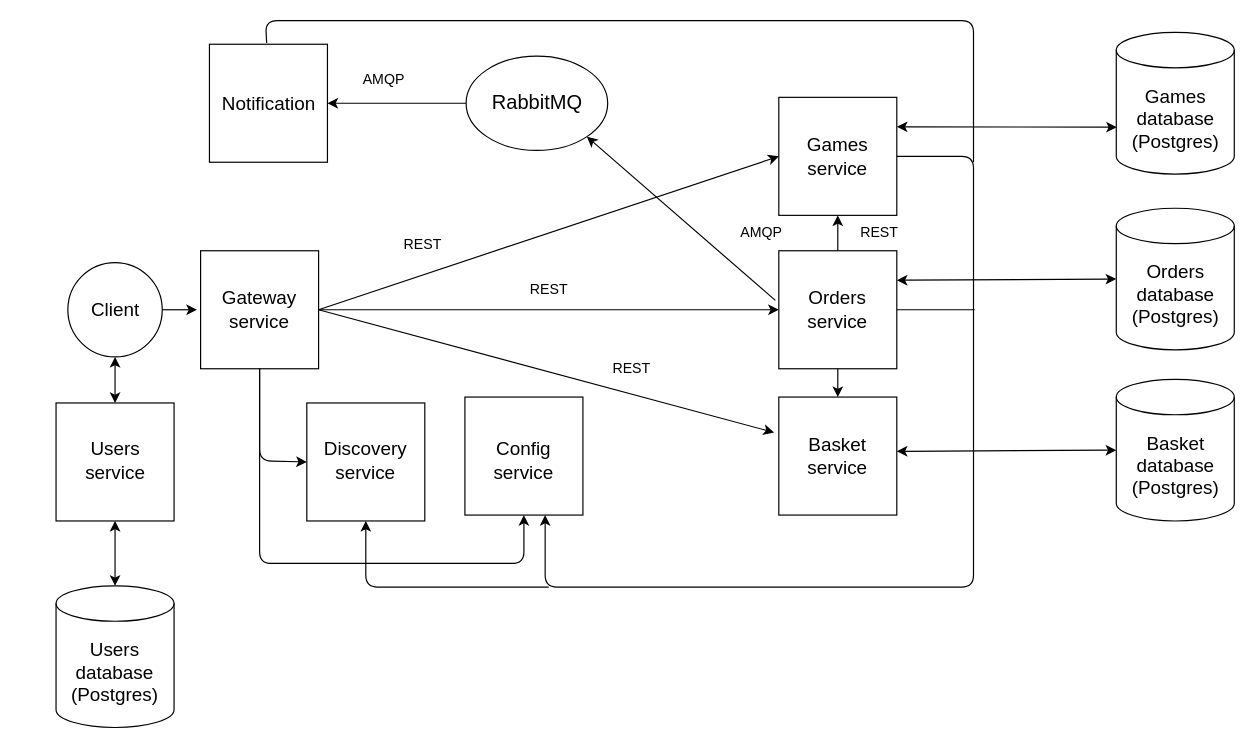
Before: documentation/Archinecture.drawio in Friendly-neighborhood-development/Fnd_games_store, a draw.io diagram. Source tidied: cells renumbered, new cells numbered last; positions are measured from the earlier drawing's top-left corner, leaving out a move shared by most shapes. Both pictures are drawn from the tidied source at 118%, with x=0, y=0 at pixel (55, 20).
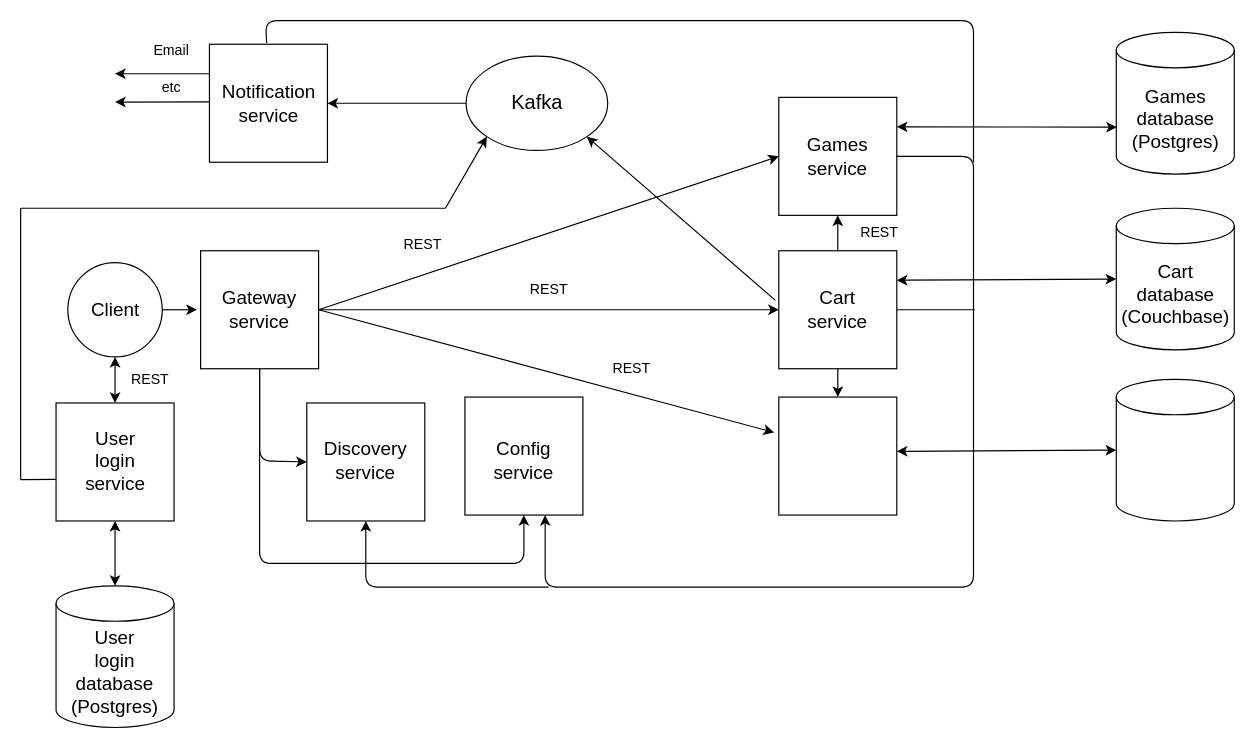
The same diagram, later.

Commit message (it also covers changes not shown here):
added uml for game entity in games-service, also refactored architecture schema

The change refers to these unchanged cells:
```xml
<mxCell id="37" style="whiteSpace=wrap;html=1;strokeWidth=1;" parent="1" vertex="1">
  <mxGeometry x="130" y="20" width="100" height="100" as="geometry" />
</mxCell>
<mxCell id="46" style="whiteSpace=wrap;html=1;strokeWidth=1;" parent="1" vertex="1">
  <mxGeometry y="324" width="100" height="100" as="geometry" />
</mxCell>
```

Diff of the diagram source:
```diff
@@
-    <mxCell id="7" value="&lt;div style=&quot;font-size: 16px;&quot;&gt;&lt;font style=&quot;font-size: 16px;&quot;&gt;Orders&lt;/font&gt;&lt;/div&gt;&lt;div style=&quot;font-size: 16px;&quot;&gt;&lt;font style=&quot;font-size: 16px;&quot;&gt;service&lt;br&gt;&lt;/font&gt;&lt;/div&gt;" style="text;html=1;align=center;verticalAlign=middle;whiteSpace=wrap;rounded=0;strokeWidth=1;" parent="1" vertex="1">
+    <mxCell id="7" value="&lt;div style=&quot;font-size: 16px;&quot;&gt;&lt;font style=&quot;font-size: 16px;&quot;&gt;Cart service&lt;br&gt;&lt;/font&gt;&lt;/div&gt;" style="text;html=1;align=center;verticalAlign=middle;whiteSpace=wrap;rounded=0;strokeWidth=1;" parent="1" vertex="1">
       <mxGeometry x="635" y="227.5" width="55" height="35" as="geometry" />
     </mxCell>
@@
-    <mxCell id="17" value="AMQP" style="text;html=1;align=center;verticalAlign=middle;whiteSpace=wrap;rounded=0;strokeWidth=1;" parent="1" vertex="1">
-      <mxGeometry x="577.5" y="170" width="40" height="20" as="geometry" />
-    </mxCell>
@@
-    <mxCell id="26" value="&lt;div style=&quot;font-size: 16px;&quot;&gt;&lt;font style=&quot;font-size: 16px;&quot;&gt;Orders database&lt;/font&gt;&lt;/div&gt;&lt;div style=&quot;font-size: 16px;&quot;&gt;&lt;font style=&quot;font-size: 16px;&quot;&gt;(Postgres)&lt;br&gt;&lt;/font&gt;&lt;/div&gt;" style="shape=cylinder3;whiteSpace=wrap;html=1;boundedLbl=1;backgroundOutline=1;size=15;strokeWidth=1;" parent="1" vertex="1">
+    <mxCell id="26" value="&lt;div style=&quot;font-size: 16px;&quot;&gt;&lt;font style=&quot;font-size: 16px;&quot;&gt;Cart database&lt;/font&gt;&lt;/div&gt;&lt;div style=&quot;font-size: 16px;&quot;&gt;&lt;font style=&quot;font-size: 16px;&quot;&gt;(Couchbase)&lt;br&gt;&lt;/font&gt;&lt;/div&gt;" style="shape=cylinder3;whiteSpace=wrap;html=1;boundedLbl=1;backgroundOutline=1;size=15;strokeWidth=1;" parent="1" vertex="1">
       <mxGeometry x="898.5" y="159" width="100" height="120" as="geometry" />
     </mxCell>
@@
-    <mxCell id="35" value="&lt;div style=&quot;font-size: 16px;&quot;&gt;&lt;font style=&quot;font-size: 16px;&quot;&gt;Basket&lt;/font&gt;&lt;/div&gt;&lt;div style=&quot;font-size: 16px;&quot;&gt;&lt;font style=&quot;font-size: 16px;&quot;&gt;service&lt;br&gt;&lt;/font&gt;&lt;/div&gt;" style="text;html=1;align=center;verticalAlign=middle;whiteSpace=wrap;rounded=0;strokeWidth=1;" parent="1" vertex="1">
-      <mxGeometry x="635" y="351.5" width="55" height="35" as="geometry" />
-    </mxCell>
@@
-    <mxCell id="38" value="&lt;font style=&quot;font-size: 16px;&quot;&gt;Notification&lt;/font&gt;" style="text;html=1;align=center;verticalAlign=middle;whiteSpace=wrap;rounded=0;strokeWidth=1;" parent="1" vertex="1">
+    <mxCell id="38" value="&lt;div&gt;&lt;font style=&quot;font-size: 16px;&quot;&gt;Notification&lt;/font&gt;&lt;/div&gt;&lt;div&gt;&lt;font style=&quot;font-size: 16px;&quot;&gt;service&lt;br&gt;&lt;/font&gt;&lt;/div&gt;" style="text;html=1;align=center;verticalAlign=middle;whiteSpace=wrap;rounded=0;strokeWidth=1;" parent="1" vertex="1">
       <mxGeometry x="152.5" y="52.5" width="55" height="35" as="geometry" />
     </mxCell>
-    <mxCell id="39" value="&lt;font style=&quot;font-size: 17px&quot;&gt;RabbitMQ&lt;/font&gt;" style="ellipse;whiteSpace=wrap;html=1;strokeWidth=1;" parent="1" vertex="1">
+    <mxCell id="39" value="&lt;font style=&quot;font-size: 17px&quot;&gt;Kafka&lt;/font&gt;" style="ellipse;whiteSpace=wrap;html=1;strokeWidth=1;" parent="1" vertex="1">
       <mxGeometry x="347.5" y="30" width="120" height="80" as="geometry" />
     </mxCell>
@@
-    <mxCell id="41" value="AMQP" style="text;html=1;align=center;verticalAlign=middle;whiteSpace=wrap;rounded=0;strokeWidth=1;" parent="1" vertex="1">
-      <mxGeometry x="257.5" y="40" width="40" height="20" as="geometry" />
-    </mxCell>
-    <mxCell id="42" value="&lt;div style=&quot;font-size: 16px;&quot;&gt;&lt;font style=&quot;font-size: 16px;&quot;&gt;Basket database&lt;/font&gt;&lt;/div&gt;&lt;div style=&quot;font-size: 16px;&quot;&gt;&lt;font style=&quot;font-size: 16px;&quot;&gt;(Postgres)&lt;br&gt;&lt;/font&gt;&lt;/div&gt;" style="shape=cylinder3;whiteSpace=wrap;html=1;boundedLbl=1;backgroundOutline=1;size=15;strokeWidth=1;" parent="1" vertex="1">
+    <mxCell id="42" style="shape=cylinder3;whiteSpace=wrap;html=1;boundedLbl=1;backgroundOutline=1;size=15;strokeWidth=1;" parent="1" vertex="1">
       <mxGeometry x="898.5" y="304" width="100" height="120" as="geometry" />
     </mxCell>
@@
-    <mxCell id="47" value="&lt;div style=&quot;font-size: 16px;&quot;&gt;&lt;font style=&quot;font-size: 16px;&quot;&gt;Users &lt;br&gt;&lt;/font&gt;&lt;/div&gt;&lt;div style=&quot;font-size: 16px;&quot;&gt;&lt;font style=&quot;font-size: 16px;&quot;&gt;database&lt;/font&gt;&lt;/div&gt;&lt;div style=&quot;font-size: 16px;&quot;&gt;&lt;font style=&quot;font-size: 16px;&quot;&gt;(Postgres)&lt;br&gt;&lt;/font&gt;&lt;/div&gt;" style="shape=cylinder3;whiteSpace=wrap;html=1;boundedLbl=1;backgroundOutline=1;size=15;strokeWidth=1;" parent="1" vertex="1">
+    <mxCell id="47" value="&lt;div style=&quot;font-size: 16px;&quot;&gt;&lt;font style=&quot;font-size: 16px;&quot;&gt;User&lt;/font&gt;&lt;/div&gt;&lt;div style=&quot;font-size: 16px;&quot;&gt;&lt;font style=&quot;font-size: 16px;&quot;&gt;login &lt;br&gt;&lt;/font&gt;&lt;/div&gt;&lt;div style=&quot;font-size: 16px;&quot;&gt;&lt;font style=&quot;font-size: 16px;&quot;&gt;database&lt;/font&gt;&lt;/div&gt;&lt;div style=&quot;font-size: 16px;&quot;&gt;&lt;font style=&quot;font-size: 16px;&quot;&gt;(Postgres)&lt;br&gt;&lt;/font&gt;&lt;/div&gt;" style="shape=cylinder3;whiteSpace=wrap;html=1;boundedLbl=1;backgroundOutline=1;size=15;strokeWidth=1;" parent="1" vertex="1">
       <mxGeometry y="479" width="100" height="120" as="geometry" />
     </mxCell>
@@
-    <mxCell id="50" value="&lt;div&gt;&lt;font style=&quot;font-size: 16px;&quot;&gt;Users&lt;/font&gt;&lt;/div&gt;&lt;div&gt;&lt;font style=&quot;font-size: 16px;&quot;&gt;service&lt;br&gt;&lt;/font&gt;&lt;/div&gt;" style="text;html=1;align=center;verticalAlign=middle;whiteSpace=wrap;rounded=0;strokeWidth=1;fontSize=16;" parent="1" vertex="1">
+    <mxCell id="50" value="&lt;div&gt;&lt;font style=&quot;font-size: 16px;&quot;&gt;User&lt;/font&gt;&lt;/div&gt;&lt;div&gt;&lt;font style=&quot;font-size: 16px;&quot;&gt;login&lt;br&gt;&lt;/font&gt;&lt;/div&gt;&lt;div&gt;&lt;font style=&quot;font-size: 16px;&quot;&gt;service&lt;br&gt;&lt;/font&gt;&lt;/div&gt;" style="text;html=1;align=center;verticalAlign=middle;whiteSpace=wrap;rounded=0;strokeWidth=1;fontSize=16;" parent="1" vertex="1">
       <mxGeometry x="22.5" y="355" width="55" height="35" as="geometry" />
     </mxCell>
@@
+    <mxCell id="52" value="REST" style="text;html=1;align=center;verticalAlign=middle;whiteSpace=wrap;rounded=0;strokeWidth=1;" parent="1" vertex="1">
+      <mxGeometry x="60" y="294" width="40" height="20" as="geometry" />
+    </mxCell>
+    <mxCell id="53" style="endArrow=classic;html=1;rounded=0;entryX=0;entryY=1;entryDx=0;entryDy=0;" parent="1" edge="1" target="39">
+      <mxGeometry relative="1" as="geometry">
+        <mxPoint x="330" y="159" as="sourcePoint" />
+      </mxGeometry>
+    </mxCell>
+    <mxCell id="54" style="endArrow=none;html=1;rounded=0;" parent="1" edge="1">
+      <mxGeometry relative="1" as="geometry">
+        <mxPoint x="-30" y="159" as="sourcePoint" />
+        <mxPoint x="330" y="159" as="targetPoint" />
+      </mxGeometry>
+    </mxCell>
+    <mxCell id="55" style="endArrow=none;html=1;rounded=0;" parent="1" edge="1">
+      <mxGeometry relative="1" as="geometry">
+        <mxPoint x="-30" y="389" as="sourcePoint" />
+        <mxPoint x="-30" y="159" as="targetPoint" />
+      </mxGeometry>
+    </mxCell>
+    <mxCell id="56" style="endArrow=none;html=1;rounded=0;exitX=-0.001;exitY=0.648;exitDx=0;exitDy=0;exitPerimeter=0;" parent="1" edge="1" source="46">
+      <mxGeometry relative="1" as="geometry">
+        <mxPoint x="-30" y="389" as="targetPoint" />
+      </mxGeometry>
+    </mxCell>
+    <mxCell id="57" style="endArrow=classic;html=1;rounded=0;exitX=0;exitY=0.25;exitDx=0;exitDy=0;" parent="1" edge="1" source="37">
+      <mxGeometry relative="1" as="geometry">
+        <mxPoint x="50" y="45" as="targetPoint" />
+      </mxGeometry>
+    </mxCell>
+    <mxCell id="58" value="Email" style="text;html=1;align=center;verticalAlign=middle;whiteSpace=wrap;rounded=0;strokeWidth=1;" parent="1" vertex="1">
+      <mxGeometry x="77.5" y="10" width="40" height="31" as="geometry" />
+    </mxCell>
+    <mxCell id="59" style="endArrow=classic;html=1;rounded=0;exitX=0.001;exitY=0.488;exitDx=0;exitDy=0;exitPerimeter=0;" parent="1" edge="1" source="37">
+      <mxGeometry relative="1" as="geometry">
+        <mxPoint x="50" y="69" as="targetPoint" />
+      </mxGeometry>
+    </mxCell>
+    <mxCell id="60" value="etc" style="text;html=1;align=center;verticalAlign=middle;whiteSpace=wrap;rounded=0;strokeWidth=1;" parent="1" vertex="1">
+      <mxGeometry x="77.5" y="41" width="40" height="31" as="geometry" />
+    </mxCell>
```
